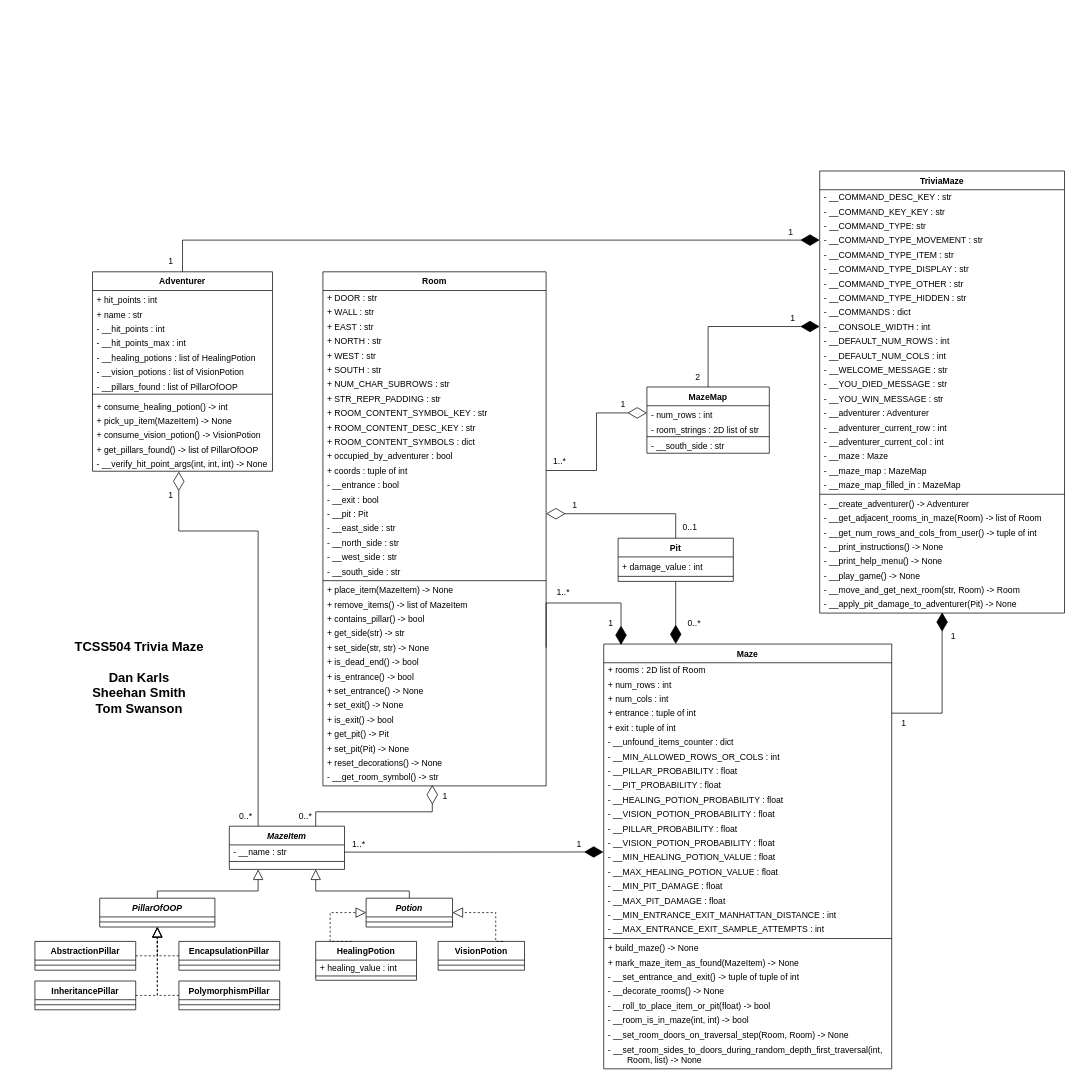
Earlier version of the draw.io diagram doc/UML.drawio (dskarls/TCSS504-Trivia-Maze). Source tidied: cells renumbered, new cells numbered last; positions are measured from the earlier drawing's top-left corner, leaving out a move shared by most shapes. Both pictures are drawn from the tidied source at 72%, with x=0, y=0 at pixel (35, 171).
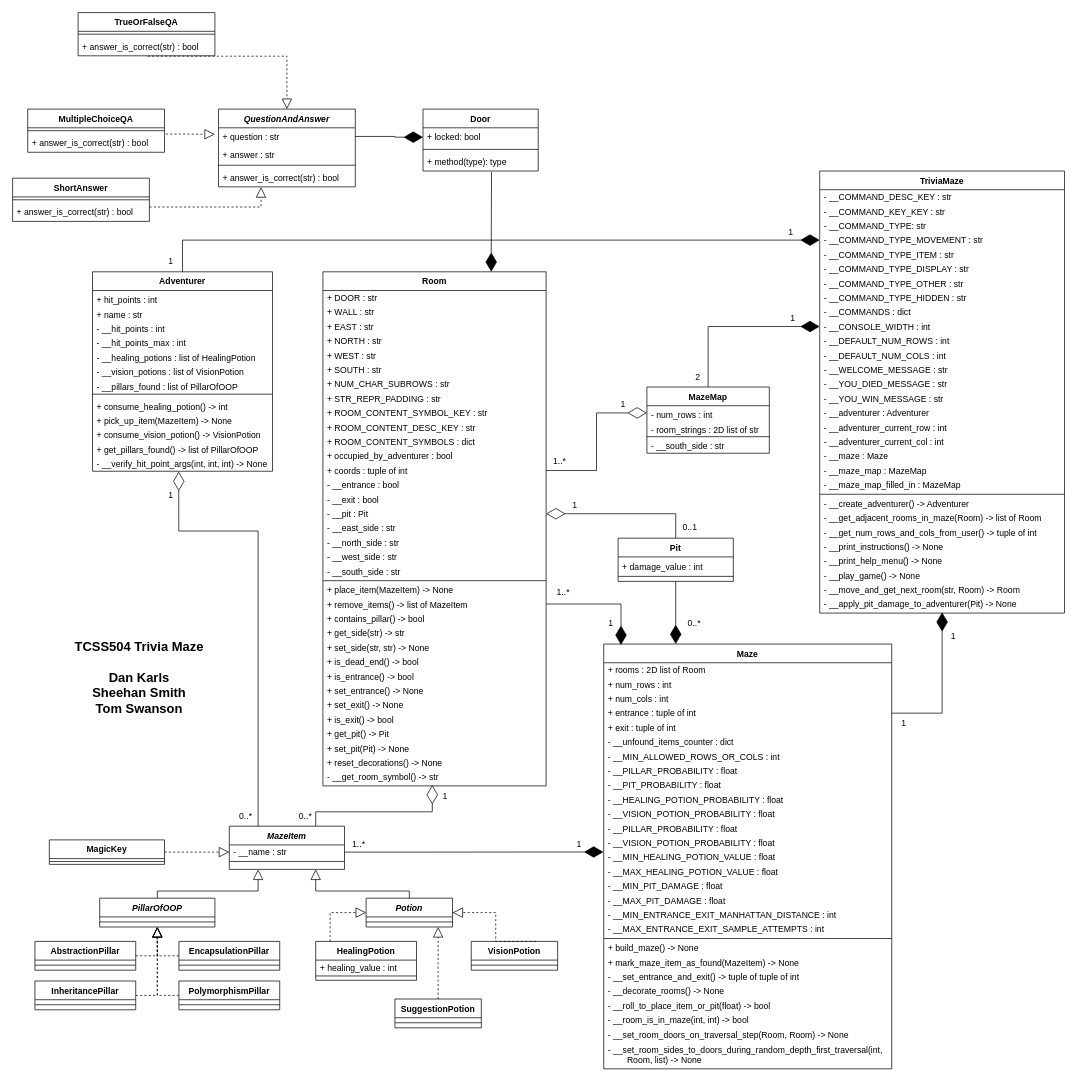
After the change.

Commit message:
WIP: Add MagicKey, SuggestionPotion, QuestionAndAnswer classes

Unchanged cells that the change refers to:
```xml
<mxCell id="3" value="- __name : str" style="text;align=left;verticalAlign=middle;spacingLeft=4;spacingRight=4;overflow=hidden;points=[[0,0.5],[1,0.5]];portConstraint=eastwest;" parent="2" vertex="1">
  <mxGeometry y="26" width="160" height="20" as="geometry" />
</mxCell>
<mxCell id="8" value="Potion" style="swimlane;fontStyle=3;align=center;verticalAlign=top;horizontal=1;startSize=26;rounded=0;shadow=0;strokeWidth=1;" parent="1" vertex="1">
  <mxGeometry x="460" y="1010" width="120" height="40" as="geometry" />
</mxCell>
<mxCell id="26" value="Maze" style="swimlane;fontStyle=1;align=center;verticalAlign=top;horizontal=1;startSize=26;" parent="1" vertex="1">
  <mxGeometry x="790" y="657" width="400" height="590" as="geometry" />
</mxCell>
<mxCell id="86" value="+ set_side(str, str) -&gt; None" style="text;strokeColor=none;fillColor=none;align=left;verticalAlign=middle;spacingLeft=4;spacingRight=4;overflow=hidden;points=[[0,0.5],[1,0.5]];portConstraint=eastwest;" parent="60" vertex="1">
  <mxGeometry y="512" width="310" height="20" as="geometry" />
</mxCell>
<mxCell id="168" value="1..*" style="text;html=1;strokeColor=none;fillColor=none;align=center;verticalAlign=middle;whiteSpace=wrap;rounded=0;fontStyle=0;" parent="1" vertex="1">
  <mxGeometry x="704" y="570" width="60" height="30" as="geometry" />
</mxCell>
```

What changed in the source:
```diff
@@
-    <mxCell id="10" style="endArrow=block;dashed=1;endFill=0;endSize=12;html=1;rounded=0;targetPerimeterSpacing=0;entryX=0;entryY=0.5;entryDx=0;entryDy=0;exitX=0.5;exitY=0;exitDx=0;exitDy=0;edgeStyle=elbowEdgeStyle;" parent="1" edge="1" target="8">
+    <mxCell id="10" style="endArrow=block;dashed=1;endFill=0;endSize=12;html=1;rounded=0;targetPerimeterSpacing=0;entryX=0;entryY=0.5;entryDx=0;entryDy=0;edgeStyle=elbowEdgeStyle;" parent="1" edge="1" target="8">
       <mxGeometry relative="1" as="geometry">
-        <mxPoint x="440" y="1070" as="sourcePoint" />
+        <mxPoint x="410" y="1070" as="sourcePoint" />
         <Array as="points">
           <mxPoint x="410" y="1130" />
           <mxPoint x="410" y="1120" />
         </Array>
       </mxGeometry>
     </mxCell>
     <mxCell id="11" value="VisionPotion" style="swimlane;fontStyle=1;align=center;verticalAlign=top;horizontal=1;startSize=26;rounded=0;shadow=0;strokeWidth=1;" parent="1" vertex="1">
-      <mxGeometry x="560" y="1070" width="120" height="40" as="geometry" />
+      <mxGeometry x="606" y="1070" width="120" height="40" as="geometry" />
     </mxCell>
@@
-    <mxCell id="97" style="endArrow=diamondThin;endFill=1;endSize=24;html=1;rounded=0;fontFamily=Courier New;fontSize=12;targetPerimeterSpacing=0;edgeStyle=elbowEdgeStyle;exitX=1;exitY=0.5;exitDx=0;exitDy=0;entryX=0.06;entryY=0.002;entryDx=0;entryDy=0;entryPerimeter=0;" parent="1" edge="1" source="86" target="26">
+    <mxCell id="97" style="endArrow=diamondThin;endFill=1;endSize=24;html=1;rounded=0;fontFamily=Courier New;fontSize=12;targetPerimeterSpacing=0;edgeStyle=elbowEdgeStyle;exitX=0.105;exitY=1.047;exitDx=0;exitDy=0;entryX=0.06;entryY=0.002;entryDx=0;entryDy=0;entryPerimeter=0;exitPerimeter=0;" parent="1" edge="1" source="168" target="26">
       <mxGeometry relative="1" as="geometry">
         <Array as="points">
-          <mxPoint x="840" y="600" />
+          <mxPoint x="814" y="630" />
         </Array>
       </mxGeometry>
     </mxCell>
@@
+    <mxCell id="178" value="QuestionAndAnswer" style="swimlane;fontStyle=3;align=center;verticalAlign=top;horizontal=1;startSize=26;" parent="1" vertex="1">
+      <mxGeometry x="255" y="-86" width="190" height="108" as="geometry" />
+    </mxCell>
+    <mxCell id="179" value="+ question : str" style="text;strokeColor=none;fillColor=none;align=left;verticalAlign=top;spacingLeft=4;spacingRight=4;overflow=hidden;points=[[0,0.5],[1,0.5]];portConstraint=eastwest;" parent="178" vertex="1">
+      <mxGeometry y="26" width="190" height="24" as="geometry" />
+    </mxCell>
+    <mxCell id="180" value="+ answer : str" style="text;strokeColor=none;fillColor=none;align=left;verticalAlign=top;spacingLeft=4;spacingRight=4;overflow=hidden;" parent="178" vertex="1">
+      <mxGeometry y="50" width="190" height="24" as="geometry" />
+    </mxCell>
+    <mxCell id="181" style="line;strokeWidth=1;fillColor=none;align=left;verticalAlign=middle;spacingTop=-1;spacingLeft=3;spacingRight=3;labelPosition=right;strokeColor=inherit;" parent="178" vertex="1">
+      <mxGeometry y="74" width="190" height="8" as="geometry" />
+    </mxCell>
+    <mxCell id="182" value="+ answer_is_correct(str) : bool" style="text;strokeColor=none;fillColor=none;align=left;verticalAlign=top;spacingLeft=4;spacingRight=4;overflow=hidden;points=[[0,0.5],[1,0.5]];portConstraint=eastwest;" parent="178" vertex="1">
+      <mxGeometry y="82" width="190" height="26" as="geometry" />
+    </mxCell>
+    <mxCell id="183" value="SuggestionPotion" style="swimlane;fontStyle=1;align=center;verticalAlign=top;horizontal=1;startSize=26;rounded=0;shadow=0;strokeWidth=1;" parent="1" vertex="1">
+      <mxGeometry x="500" y="1150" width="120" height="40" as="geometry" />
+    </mxCell>
+    <mxCell id="184" style="line;html=1;strokeWidth=1;align=left;verticalAlign=middle;spacingTop=-1;spacingLeft=3;spacingRight=3;labelPosition=right;" parent="183" vertex="1">
+      <mxGeometry y="26" width="120" height="14" as="geometry" />
+    </mxCell>
+    <mxCell id="185" style="endArrow=block;dashed=1;endFill=0;endSize=12;html=1;rounded=0;targetPerimeterSpacing=0;edgeStyle=orthogonalEdgeStyle;exitX=0.5;exitY=0;exitDx=0;exitDy=0;" parent="1" edge="1" source="183">
+      <mxGeometry relative="1" as="geometry">
+        <mxPoint x="560" y="1050" as="targetPoint" />
+        <Array as="points">
+          <mxPoint x="560" y="1140" />
+          <mxPoint x="560" y="1140" />
+        </Array>
+      </mxGeometry>
+    </mxCell>
+    <mxCell id="186" value="MagicKey" style="swimlane;fontStyle=1;align=center;verticalAlign=top;horizontal=1;startSize=26;" parent="1" vertex="1">
+      <mxGeometry x="20" y="929" width="160" height="34" as="geometry" />
+    </mxCell>
+    <mxCell id="187" style="line;strokeWidth=1;fillColor=none;align=left;verticalAlign=middle;spacingTop=-1;spacingLeft=3;spacingRight=3;labelPosition=right;strokeColor=inherit;" parent="186" vertex="1">
+      <mxGeometry y="26" width="160" height="8" as="geometry" />
+    </mxCell>
+    <mxCell id="188" style="endArrow=block;dashed=1;endFill=0;endSize=12;html=1;rounded=0;targetPerimeterSpacing=0;entryX=0;entryY=0.5;entryDx=0;entryDy=0;exitX=1;exitY=0.5;exitDx=0;exitDy=0;edgeStyle=elbowEdgeStyle;" parent="1" edge="1" source="186" target="3">
+      <mxGeometry relative="1" as="geometry" />
+    </mxCell>
+    <mxCell id="189" value="Door" style="swimlane;fontStyle=1;align=center;verticalAlign=top;horizontal=1;startSize=26;" parent="1" vertex="1">
+      <mxGeometry x="539" y="-86" width="160" height="86" as="geometry" />
+    </mxCell>
+    <mxCell id="190" value="+ locked: bool" style="text;strokeColor=none;fillColor=none;align=left;verticalAlign=top;spacingLeft=4;spacingRight=4;overflow=hidden;points=[[0,0.5],[1,0.5]];portConstraint=eastwest;" parent="189" vertex="1">
+      <mxGeometry y="26" width="160" height="26" as="geometry" />
+    </mxCell>
+    <mxCell id="191" style="line;strokeWidth=1;fillColor=none;align=left;verticalAlign=middle;spacingTop=-1;spacingLeft=3;spacingRight=3;labelPosition=right;strokeColor=inherit;" parent="189" vertex="1">
+      <mxGeometry y="52" width="160" height="8" as="geometry" />
+    </mxCell>
+    <mxCell id="192" value="+ method(type): type" style="text;strokeColor=none;fillColor=none;align=left;verticalAlign=top;spacingLeft=4;spacingRight=4;overflow=hidden;points=[[0,0.5],[1,0.5]];portConstraint=eastwest;" parent="189" vertex="1">
+      <mxGeometry y="60" width="160" height="26" as="geometry" />
+    </mxCell>
+    <mxCell id="193" style="endArrow=diamondThin;endFill=1;endSize=24;html=1;rounded=0;fontFamily=Courier New;fontSize=12;targetPerimeterSpacing=0;edgeStyle=elbowEdgeStyle;exitX=0.595;exitY=1.054;exitDx=0;exitDy=0;entryX=0.06;entryY=0.002;entryDx=0;entryDy=0;entryPerimeter=0;exitPerimeter=0;" parent="1" edge="1" source="192">
+      <mxGeometry relative="1" as="geometry">
+        <mxPoint x="633.7" y="140" as="targetPoint" />
+        <Array as="points">
+          <mxPoint x="633.7" y="111.8" />
+        </Array>
+      </mxGeometry>
+    </mxCell>
+    <mxCell id="194" style="endArrow=diamondThin;endFill=1;endSize=24;html=1;rounded=0;fontFamily=Courier New;fontSize=12;targetPerimeterSpacing=0;edgeStyle=elbowEdgeStyle;exitX=1;exitY=0.5;exitDx=0;exitDy=0;entryX=0;entryY=0.5;entryDx=0;entryDy=0;" parent="1" edge="1" source="179" target="190">
+      <mxGeometry relative="1" as="geometry">
+        <Array as="points">
+          <mxPoint x="500" y="-40" />
+          <mxPoint x="470" y="-40" />
+        </Array>
+      </mxGeometry>
+    </mxCell>
+    <mxCell id="195" value="TrueOrFalseQA" style="swimlane;fontStyle=1;align=center;verticalAlign=top;horizontal=1;startSize=26;" parent="1" vertex="1">
+      <mxGeometry x="60" y="-220" width="190" height="60" as="geometry" />
+    </mxCell>
+    <mxCell id="196" style="line;strokeWidth=1;fillColor=none;align=left;verticalAlign=middle;spacingTop=-1;spacingLeft=3;spacingRight=3;labelPosition=right;strokeColor=inherit;" parent="195" vertex="1">
+      <mxGeometry y="26" width="190" height="8" as="geometry" />
+    </mxCell>
+    <mxCell id="197" value="+ answer_is_correct(str) : bool" style="text;strokeColor=none;fillColor=none;align=left;verticalAlign=top;spacingLeft=4;spacingRight=4;overflow=hidden;points=[[0,0.5],[1,0.5]];portConstraint=eastwest;" parent="195" vertex="1">
+      <mxGeometry y="34" width="190" height="26" as="geometry" />
+    </mxCell>
+    <mxCell id="198" value="MultipleChoiceQA" style="swimlane;fontStyle=1;align=center;verticalAlign=top;horizontal=1;startSize=26;" parent="1" vertex="1">
+      <mxGeometry x="-10" y="-86" width="190" height="60" as="geometry" />
+    </mxCell>
+    <mxCell id="199" style="line;strokeWidth=1;fillColor=none;align=left;verticalAlign=middle;spacingTop=-1;spacingLeft=3;spacingRight=3;labelPosition=right;strokeColor=inherit;" parent="198" vertex="1">
+      <mxGeometry y="26" width="190" height="8" as="geometry" />
+    </mxCell>
+    <mxCell id="200" value="+ answer_is_correct(str) : bool" style="text;strokeColor=none;fillColor=none;align=left;verticalAlign=top;spacingLeft=4;spacingRight=4;overflow=hidden;points=[[0,0.5],[1,0.5]];portConstraint=eastwest;" parent="198" vertex="1">
+      <mxGeometry y="34" width="190" height="26" as="geometry" />
+    </mxCell>
+    <mxCell id="201" value="ShortAnswer" style="swimlane;fontStyle=1;align=center;verticalAlign=top;horizontal=1;startSize=26;" parent="1" vertex="1">
+      <mxGeometry x="-31" y="10" width="190" height="60" as="geometry" />
+    </mxCell>
+    <mxCell id="202" style="line;strokeWidth=1;fillColor=none;align=left;verticalAlign=middle;spacingTop=-1;spacingLeft=3;spacingRight=3;labelPosition=right;strokeColor=inherit;" parent="201" vertex="1">
+      <mxGeometry y="26" width="190" height="8" as="geometry" />
+    </mxCell>
+    <mxCell id="203" value="+ answer_is_correct(str) : bool" style="text;strokeColor=none;fillColor=none;align=left;verticalAlign=top;spacingLeft=4;spacingRight=4;overflow=hidden;" parent="201" vertex="1">
+      <mxGeometry y="34" width="190" height="26" as="geometry" />
+    </mxCell>
+    <mxCell id="204" style="endArrow=block;dashed=1;endFill=0;endSize=12;html=1;rounded=0;targetPerimeterSpacing=0;entryX=0.5;entryY=0;entryDx=0;entryDy=0;exitX=0.509;exitY=1.02;exitDx=0;exitDy=0;edgeStyle=elbowEdgeStyle;exitPerimeter=0;" parent="1" edge="1" source="197" target="178">
+      <mxGeometry relative="1" as="geometry">
+        <Array as="points">
+          <mxPoint x="350" y="-140" />
+        </Array>
+      </mxGeometry>
+    </mxCell>
+    <mxCell id="205" style="endArrow=block;dashed=1;endFill=0;endSize=12;html=1;rounded=0;targetPerimeterSpacing=0;exitX=1.009;exitY=0.028;exitDx=0;exitDy=0;edgeStyle=elbowEdgeStyle;exitPerimeter=0;" parent="1" edge="1" source="200">
+      <mxGeometry relative="1" as="geometry">
+        <mxPoint x="250" y="-51" as="targetPoint" />
+      </mxGeometry>
+    </mxCell>
+    <mxCell id="206" style="endArrow=block;dashed=1;endFill=0;endSize=12;html=1;rounded=0;targetPerimeterSpacing=0;exitX=1.009;exitY=0.028;exitDx=0;exitDy=0;edgeStyle=elbowEdgeStyle;exitPerimeter=0;entryX=0.311;entryY=1.016;entryDx=0;entryDy=0;entryPerimeter=0;" parent="1" edge="1" target="182">
+      <mxGeometry relative="1" as="geometry">
+        <mxPoint x="159" y="50" as="sourcePoint" />
+        <Array as="points">
+          <mxPoint x="314" y="30" />
+        </Array>
+      </mxGeometry>
+    </mxCell>
```
